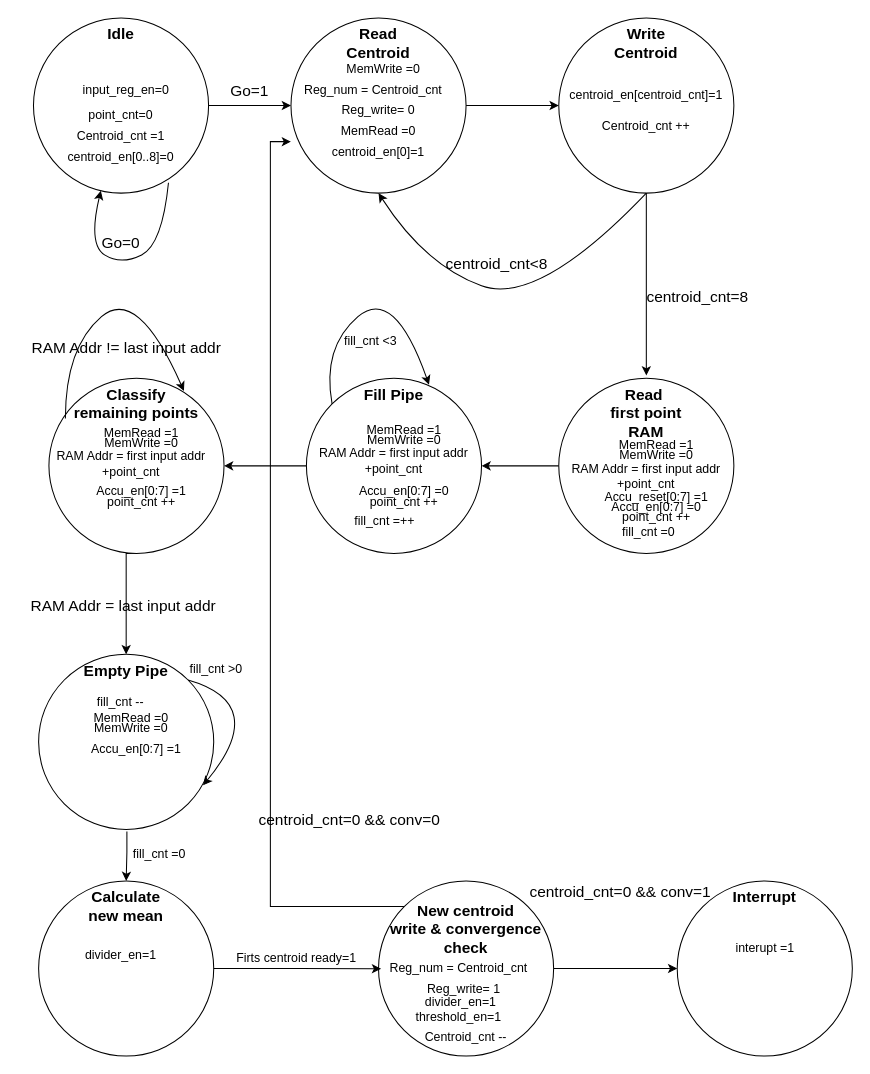
This is block diagrams/Main pipe state machine.drawio from liotahuf/project_k_means, a draw.io file, before an edit. Source tidied: cells renumbered, new cells numbered last; positions are measured from the earlier drawing's top-left corner, leaving out a move shared by most shapes. Both pictures are drawn from the tidied source at 103%, with x=0, y=0 at pixel (18, 18).
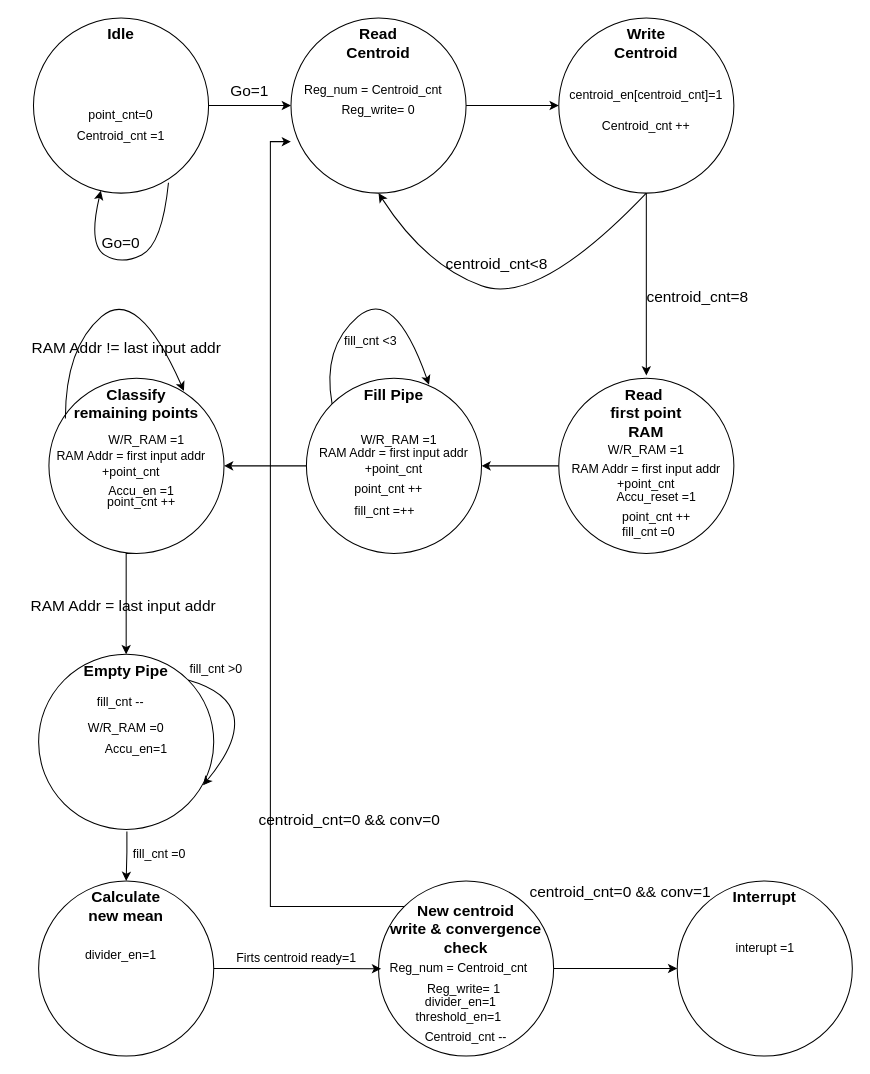
Above is the later version.

Commit message (it also covers changes not shown here):
machine table done

Diff of the diagram source:
```diff
@@
-    <mxCell id="9" value="centroid_en[0]=1" style="text;html=1;strokeColor=none;fillColor=none;align=center;verticalAlign=middle;whiteSpace=wrap;rounded=0;" parent="1" vertex="1">
-      <mxGeometry x="275" y="120" width="150" height="20" as="geometry" />
-    </mxCell>
-    <mxCell id="10" value="centroid_en[0..8]=0" style="text;html=1;strokeColor=none;fillColor=none;align=center;verticalAlign=middle;whiteSpace=wrap;rounded=0;" parent="1" vertex="1">
-      <mxGeometry x="25" y="125" width="150" height="20" as="geometry" />
-    </mxCell>
@@
-    <mxCell id="24" value="MemRead =1" style="text;html=1;strokeColor=none;fillColor=none;align=center;verticalAlign=middle;whiteSpace=wrap;rounded=0;" parent="1" vertex="1">
-      <mxGeometry x="545" y="405" width="150" height="20" as="geometry" />
+    <mxCell id="24" value="W/R_RAM =1" style="text;html=1;strokeColor=none;fillColor=none;align=center;verticalAlign=middle;whiteSpace=wrap;rounded=0;" parent="1" vertex="1">
+      <mxGeometry x="535" y="410" width="150" height="20" as="geometry" />
     </mxCell>
-    <mxCell id="25" value="MemWrite&amp;nbsp;=0" style="text;html=1;strokeColor=none;fillColor=none;align=center;verticalAlign=middle;whiteSpace=wrap;rounded=0;" parent="1" vertex="1">
-      <mxGeometry x="545" y="415" width="150" height="20" as="geometry" />
-    </mxCell>
@@
-    <mxCell id="33" value="input_reg_en=0" style="text;html=1;strokeColor=none;fillColor=none;align=center;verticalAlign=middle;whiteSpace=wrap;rounded=0;" parent="1" vertex="1">
-      <mxGeometry x="30" y="60" width="150" height="20" as="geometry" />
-    </mxCell>
-    <mxCell id="34" value="MemWrite&amp;nbsp;=0" style="text;html=1;strokeColor=none;fillColor=none;align=center;verticalAlign=middle;whiteSpace=wrap;rounded=0;" parent="1" vertex="1">
-      <mxGeometry x="280" y="40" width="150" height="20" as="geometry" />
-    </mxCell>
-    <mxCell id="35" value="MemRead =0" style="text;html=1;strokeColor=none;fillColor=none;align=center;verticalAlign=middle;whiteSpace=wrap;rounded=0;" parent="1" vertex="1">
-      <mxGeometry x="275" y="100" width="150" height="20" as="geometry" />
-    </mxCell>
@@
-    <mxCell id="49" value="Accu_reset[0:7] =1" style="text;html=1;strokeColor=none;fillColor=none;align=center;verticalAlign=middle;whiteSpace=wrap;rounded=0;" parent="1" vertex="1">
+    <mxCell id="49" value="Accu_reset =1" style="text;html=1;strokeColor=none;fillColor=none;align=center;verticalAlign=middle;whiteSpace=wrap;rounded=0;" parent="1" vertex="1">
       <mxGeometry x="545" y="455" width="150" height="20" as="geometry" />
     </mxCell>
-    <mxCell id="50" value="Accu_en[0:7] =0" style="text;html=1;strokeColor=none;fillColor=none;align=center;verticalAlign=middle;whiteSpace=wrap;rounded=0;" parent="1" vertex="1">
-      <mxGeometry x="545" y="465" width="150" height="20" as="geometry" />
-    </mxCell>
@@
-    <mxCell id="52" value="MemRead =1" style="text;html=1;strokeColor=none;fillColor=none;align=center;verticalAlign=middle;whiteSpace=wrap;rounded=0;" parent="1" vertex="1">
-      <mxGeometry x="300" y="390" width="150" height="20" as="geometry" />
-    </mxCell>
-    <mxCell id="53" value="MemWrite&amp;nbsp;=0" style="text;html=1;strokeColor=none;fillColor=none;align=center;verticalAlign=middle;whiteSpace=wrap;rounded=0;" parent="1" vertex="1">
-      <mxGeometry x="300" y="400" width="150" height="20" as="geometry" />
-    </mxCell>
@@
-    <mxCell id="55" value="Accu_en[0:7] =0" style="text;html=1;strokeColor=none;fillColor=none;align=center;verticalAlign=middle;whiteSpace=wrap;rounded=0;" parent="1" vertex="1">
-      <mxGeometry x="300" y="450" width="150" height="20" as="geometry" />
-    </mxCell>
     <mxCell id="56" value="point_cnt ++" style="text;html=1;strokeColor=none;fillColor=none;align=center;verticalAlign=middle;whiteSpace=wrap;rounded=0;" parent="1" vertex="1">
-      <mxGeometry x="300" y="460" width="150" height="20" as="geometry" />
+      <mxGeometry x="285" y="447.5" width="150" height="20" as="geometry" />
     </mxCell>
@@
     <mxCell id="58" value="fill_cnt =++" style="text;html=1;fontSize=12;" parent="1" vertex="1">
-      <mxGeometry x="325" y="475" width="110" height="30" as="geometry" />
+      <mxGeometry x="325" y="465" width="110" height="30" as="geometry" />
     </mxCell>
@@
-    <mxCell id="61" value="MemRead =1" style="text;html=1;strokeColor=none;fillColor=none;align=center;verticalAlign=middle;whiteSpace=wrap;rounded=0;" parent="1" vertex="1">
-      <mxGeometry x="45" y="392.5" width="150" height="20" as="geometry" />
-    </mxCell>
-    <mxCell id="62" value="MemWrite&amp;nbsp;=0" style="text;html=1;strokeColor=none;fillColor=none;align=center;verticalAlign=middle;whiteSpace=wrap;rounded=0;" parent="1" vertex="1">
-      <mxGeometry x="45" y="402.5" width="150" height="20" as="geometry" />
-    </mxCell>
@@
-    <mxCell id="64" value="Accu_en[0:7] =1" style="text;html=1;strokeColor=none;fillColor=none;align=center;verticalAlign=middle;whiteSpace=wrap;rounded=0;" parent="1" vertex="1">
+    <mxCell id="64" value="Accu_en =1" style="text;html=1;strokeColor=none;fillColor=none;align=center;verticalAlign=middle;whiteSpace=wrap;rounded=0;" parent="1" vertex="1">
       <mxGeometry x="45" y="450" width="150" height="20" as="geometry" />
     </mxCell>
@@
-    <mxCell id="73" value="MemRead =0" style="text;html=1;strokeColor=none;fillColor=none;align=center;verticalAlign=middle;whiteSpace=wrap;rounded=0;" parent="1" vertex="1">
-      <mxGeometry x="35" y="669.5" width="150" height="20" as="geometry" />
-    </mxCell>
-    <mxCell id="74" value="MemWrite&amp;nbsp;=0" style="text;html=1;strokeColor=none;fillColor=none;align=center;verticalAlign=middle;whiteSpace=wrap;rounded=0;" parent="1" vertex="1">
-      <mxGeometry x="35" y="679.5" width="150" height="20" as="geometry" />
-    </mxCell>
-    <mxCell id="75" value="Accu_en[0:7] =1" style="text;html=1;strokeColor=none;fillColor=none;align=center;verticalAlign=middle;whiteSpace=wrap;rounded=0;" parent="1" vertex="1">
+    <mxCell id="75" value="Accu_en=1" style="text;html=1;strokeColor=none;fillColor=none;align=center;verticalAlign=middle;whiteSpace=wrap;rounded=0;" parent="1" vertex="1">
       <mxGeometry x="40" y="699.5" width="150" height="20" as="geometry" />
     </mxCell>
@@
+    <mxCell id="80" value="W/R_RAM =1" style="text;html=1;strokeColor=none;fillColor=none;align=center;verticalAlign=middle;whiteSpace=wrap;rounded=0;" parent="1" vertex="1">
+      <mxGeometry x="295" y="400" width="150" height="20" as="geometry" />
+    </mxCell>
+    <mxCell id="81" value="W/R_RAM =1" style="text;html=1;strokeColor=none;fillColor=none;align=center;verticalAlign=middle;whiteSpace=wrap;rounded=0;" parent="1" vertex="1">
+      <mxGeometry x="50" y="400" width="150" height="20" as="geometry" />
+    </mxCell>
+    <mxCell id="82" value="W/R_RAM =0" style="text;html=1;strokeColor=none;fillColor=none;align=center;verticalAlign=middle;whiteSpace=wrap;rounded=0;" parent="1" vertex="1">
+      <mxGeometry x="30" y="679.5" width="150" height="20" as="geometry" />
+    </mxCell>
```
